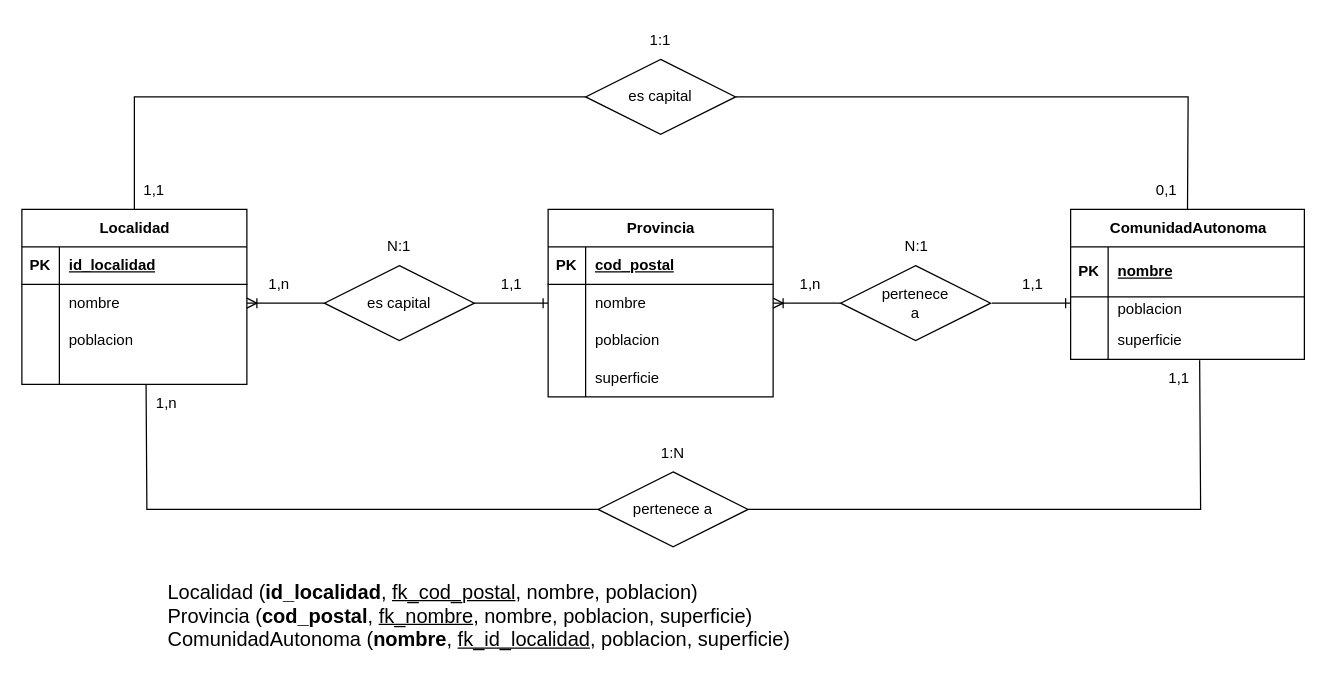
Above: Ejercicio03.drawio in Daninuro/diagrames-cvf-dn-mpl-n-11102023 (draw.io), before the change. Source tidied: cells renumbered, new cells numbered last; positions are measured from the earlier drawing's top-left corner, leaving out a move shared by most shapes. Both pictures are drawn from the tidied source at 125%, with x=0, y=0 at pixel (21, 21).
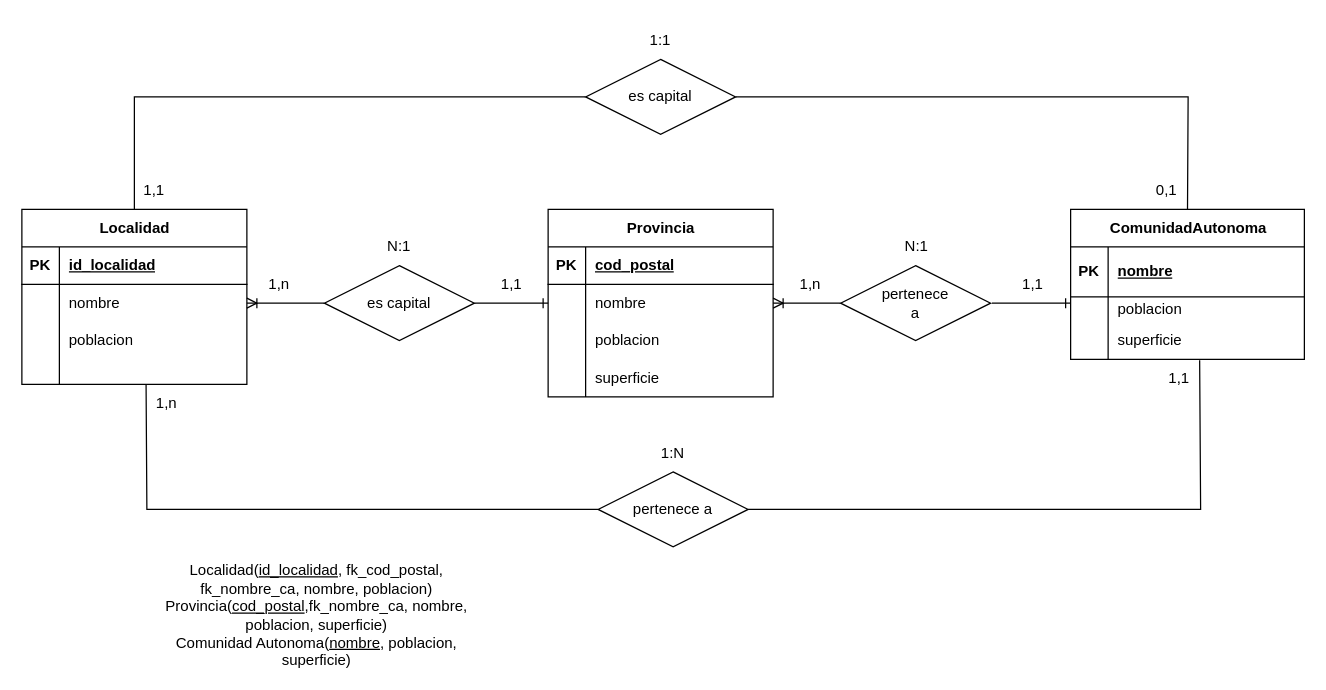
Above is the later version.

What changed in the source:
```diff
@@
-    <mxCell id="62" value="&lt;p style=&quot;line-height: 180%;&quot;&gt;&lt;/p&gt;&lt;div style=&quot;text-align: left;&quot;&gt;&lt;span style=&quot;font-size: 16px; background-color: initial;&quot;&gt;Localidad (&lt;/span&gt;&lt;span style=&quot;font-size: 16px; background-color: initial;&quot;&gt;&lt;b style=&quot;&quot;&gt;id_localidad&lt;/b&gt;&lt;/span&gt;&lt;span style=&quot;font-size: 16px; background-color: initial;&quot;&gt;, &lt;u&gt;fk_cod_postal&lt;/u&gt;, nombre, poblacion)&lt;/span&gt;&lt;/div&gt;&lt;font style=&quot;font-size: 16px;&quot;&gt;&lt;div style=&quot;text-align: left;&quot;&gt;&lt;span style=&quot;background-color: initial;&quot;&gt;Provincia (&lt;/span&gt;&lt;span style=&quot;background-color: initial;&quot;&gt;&lt;b style=&quot;&quot;&gt;cod_postal&lt;/b&gt;&lt;/span&gt;&lt;span style=&quot;background-color: initial;&quot;&gt;, &lt;u&gt;fk_nombre&lt;/u&gt;, nombre, poblacion, superficie)&lt;/span&gt;&lt;/div&gt;&lt;div style=&quot;text-align: left;&quot;&gt;&lt;span style=&quot;background-color: initial;&quot;&gt;ComunidadAutonoma (&lt;/span&gt;&lt;span style=&quot;background-color: initial;&quot;&gt;&lt;b&gt;nombre&lt;/b&gt;&lt;/span&gt;&lt;span style=&quot;background-color: initial;&quot;&gt;, &lt;u&gt;fk_id_localidad&lt;/u&gt;, poblacion, superficie)&lt;/span&gt;&lt;/div&gt;&lt;/font&gt;&lt;p&gt;&lt;/p&gt;" style="text;html=1;strokeColor=none;fillColor=none;align=center;verticalAlign=middle;whiteSpace=wrap;rounded=0;" parent="1" vertex="1">
-      <mxGeometry x="96" y="460" width="540" height="30" as="geometry" />
+    <mxCell id="62" value="Localidad(&lt;u&gt;id_localidad&lt;/u&gt;, fk_cod_postal, fk_nombre_ca, nombre, poblacion)&lt;br&gt;Provincia(&lt;u&gt;cod_postal&lt;/u&gt;,fk_nombre_ca, nombre, poblacion, superficie)&lt;br&gt;Comunidad Autonoma(&lt;u&gt;nombre&lt;/u&gt;, poblacion, superficie)" style="text;html=1;strokeColor=none;fillColor=none;align=center;verticalAlign=middle;whiteSpace=wrap;rounded=0;" parent="1" vertex="1">
+      <mxGeometry x="96" y="460" width="280" height="30" as="geometry" />
     </mxCell>
```
